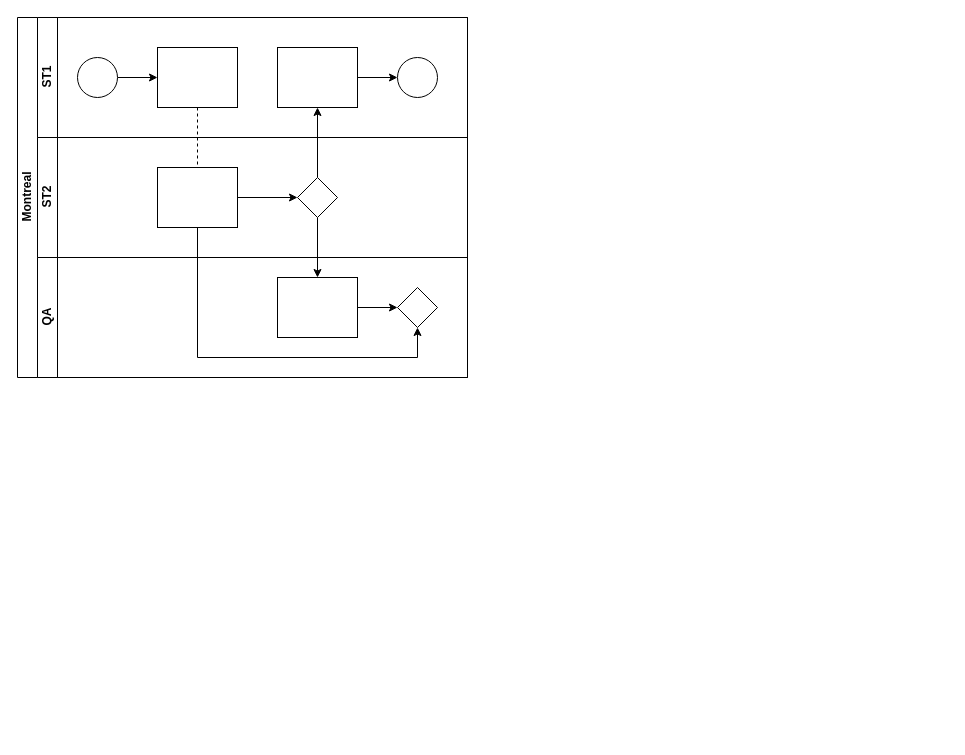
Above: AQA-Access.drawio in cgruden/courses (draw.io), before the change. Source tidied: cells renumbered, new cells numbered last; positions are measured from the earlier drawing's top-left corner, leaving out a move shared by most shapes. Both pictures are drawn from the tidied source at 100%, with x=0, y=0 at pixel (17, 17).
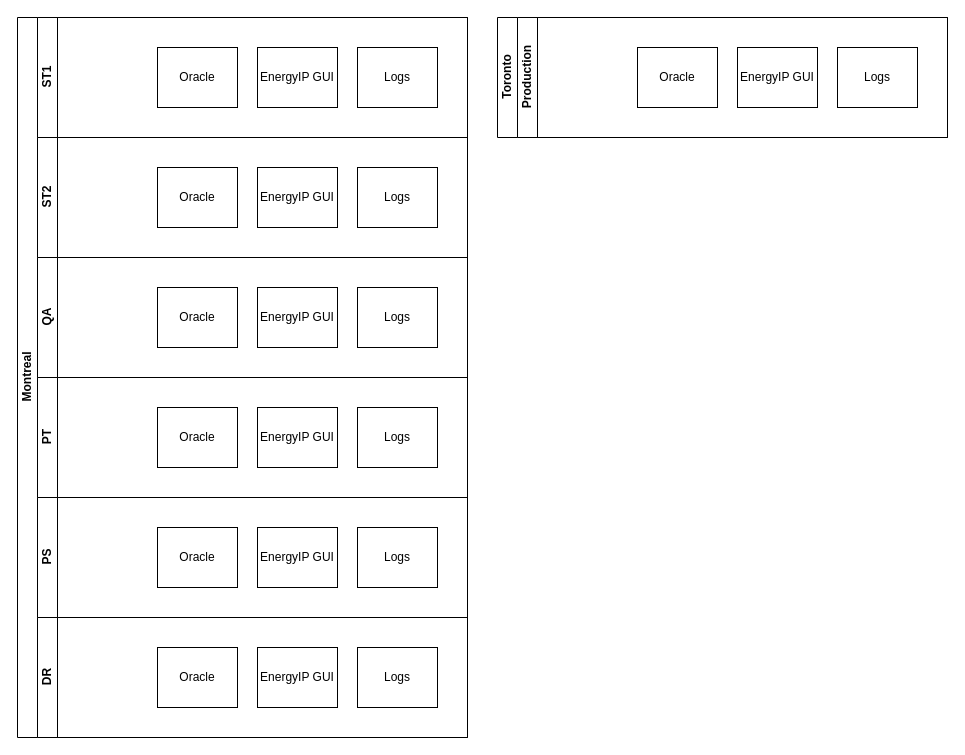
Above is the later version.

The change refers to these unchanged cells:
```xml
<mxCell id="7" value="ST1" style="swimlane;html=1;startSize=20;horizontal=0;" parent="2" vertex="1">
  <mxGeometry x="20" width="430" height="120" as="geometry" />
</mxCell>
<mxCell id="14" value="ST2" style="swimlane;html=1;startSize=20;horizontal=0;" parent="2" vertex="1">
  <mxGeometry x="20" y="120" width="430" height="120" as="geometry" />
</mxCell>
<mxCell id="18" value="QA" style="swimlane;html=1;startSize=20;horizontal=0;" parent="2" vertex="1">
  <mxGeometry x="20" y="240" width="430" height="120" as="geometry" />
</mxCell>
```

Diff of the diagram source:
```diff
@@
     <mxCell id="2" value="Montreal" style="swimlane;html=1;horizontal=0;startSize=20;" parent="1" vertex="1">
-      <mxGeometry width="450" height="360" as="geometry" />
+      <mxGeometry width="450" height="720" as="geometry" />
     </mxCell>
-    <mxCell id="3" style="edgeStyle=orthogonalEdgeStyle;rounded=0;jettySize=auto;html=1;dashed=1;endArrow=none;endFill=0;" parent="2" edge="1" source="10" target="16">
-      <mxGeometry relative="1" as="geometry" />
-    </mxCell>
-    <mxCell id="4" style="edgeStyle=orthogonalEdgeStyle;rounded=0;jettySize=auto;html=1;endArrow=classic;endFill=1;" parent="2" edge="1" source="17" target="12">
-      <mxGeometry relative="1" as="geometry" />
-    </mxCell>
-    <mxCell id="5" style="edgeStyle=orthogonalEdgeStyle;rounded=0;jettySize=auto;html=1;endArrow=classic;endFill=1;" parent="2" edge="1" source="17" target="20">
-      <mxGeometry relative="1" as="geometry" />
-    </mxCell>
-    <mxCell id="6" style="edgeStyle=orthogonalEdgeStyle;rounded=0;jettySize=auto;html=1;endArrow=classic;endFill=1;" parent="2" edge="1" source="16" target="21">
-      <mxGeometry relative="1" as="geometry">
-        <Array as="points">
-          <mxPoint x="180" y="340" />
-          <mxPoint x="400" y="340" />
-        </Array>
-      </mxGeometry>
-    </mxCell>
@@
-    <mxCell id="8" style="edgeStyle=orthogonalEdgeStyle;rounded=0;jettySize=auto;html=1;" parent="7" edge="1" source="9" target="10">
-      <mxGeometry relative="1" as="geometry" />
-    </mxCell>
-    <mxCell id="9" style="ellipse;whiteSpace=wrap;html=1;" parent="7" vertex="1">
-      <mxGeometry x="40" y="40" width="40" height="40" as="geometry" />
-    </mxCell>
-    <mxCell id="10" style="rounded=0;whiteSpace=wrap;html=1;fontFamily=Helvetica;fontSize=12;fontColor=#000000;align=center;" parent="7" vertex="1">
+    <mxCell id="10" value="Oracle" style="rounded=0;whiteSpace=wrap;html=1;fontFamily=Helvetica;fontSize=12;fontColor=#000000;align=center;" parent="7" vertex="1">
       <mxGeometry x="120" y="30" width="80" height="60" as="geometry" />
     </mxCell>
-    <mxCell id="11" style="edgeStyle=orthogonalEdgeStyle;rounded=0;jettySize=auto;html=1;endArrow=classic;endFill=1;" parent="7" edge="1" source="12" target="13">
-      <mxGeometry relative="1" as="geometry" />
-    </mxCell>
-    <mxCell id="12" style="rounded=0;whiteSpace=wrap;html=1;fontFamily=Helvetica;fontSize=12;fontColor=#000000;align=center;" parent="7" vertex="1">
-      <mxGeometry x="240" y="30" width="80" height="60" as="geometry" />
+    <mxCell id="12" value="EnergyIP GUI" style="rounded=0;whiteSpace=wrap;html=1;fontFamily=Helvetica;fontSize=12;fontColor=#000000;align=center;" parent="7" vertex="1">
+      <mxGeometry x="220" y="30" width="80" height="60" as="geometry" />
     </mxCell>
-    <mxCell id="13" style="ellipse;whiteSpace=wrap;html=1;" parent="7" vertex="1">
-      <mxGeometry x="360" y="40" width="40" height="40" as="geometry" />
-    </mxCell>
+    <mxCell id="22" value="Logs" style="rounded=0;whiteSpace=wrap;html=1;fontFamily=Helvetica;fontSize=12;fontColor=#000000;align=center;" parent="7" vertex="1">
+      <mxGeometry x="320" y="30" width="80" height="60" as="geometry" />
+    </mxCell>
@@
-    <mxCell id="15" style="edgeStyle=orthogonalEdgeStyle;rounded=0;jettySize=auto;html=1;endArrow=classic;endFill=1;" parent="14" edge="1" source="16" target="17">
-      <mxGeometry relative="1" as="geometry" />
-    </mxCell>
-    <mxCell id="16" style="rounded=0;whiteSpace=wrap;html=1;fontFamily=Helvetica;fontSize=12;fontColor=#000000;align=center;" parent="14" vertex="1">
-      <mxGeometry x="120" y="30" width="80" height="60" as="geometry" />
-    </mxCell>
-    <mxCell id="17" style="rhombus;whiteSpace=wrap;html=1;fontFamily=Helvetica;fontSize=12;fontColor=#000000;align=center;" parent="14" vertex="1">
-      <mxGeometry x="260" y="40" width="40" height="40" as="geometry" />
-    </mxCell>
+    <mxCell id="23" value="Oracle" style="rounded=0;whiteSpace=wrap;html=1;fontFamily=Helvetica;fontSize=12;fontColor=#000000;align=center;" parent="14" vertex="1">
+      <mxGeometry x="120" y="30" width="80" height="60" as="geometry" />
+    </mxCell>
+    <mxCell id="24" value="EnergyIP GUI" style="rounded=0;whiteSpace=wrap;html=1;fontFamily=Helvetica;fontSize=12;fontColor=#000000;align=center;" parent="14" vertex="1">
+      <mxGeometry x="220" y="30" width="80" height="60" as="geometry" />
+    </mxCell>
+    <mxCell id="25" value="Logs" style="rounded=0;whiteSpace=wrap;html=1;fontFamily=Helvetica;fontSize=12;fontColor=#000000;align=center;" parent="14" vertex="1">
+      <mxGeometry x="320" y="30" width="80" height="60" as="geometry" />
+    </mxCell>
@@
-    <mxCell id="19" style="edgeStyle=orthogonalEdgeStyle;rounded=0;jettySize=auto;html=1;endArrow=classic;endFill=1;" parent="18" edge="1" source="20" target="21">
-      <mxGeometry relative="1" as="geometry" />
-    </mxCell>
-    <mxCell id="20" style="rounded=0;whiteSpace=wrap;html=1;fontFamily=Helvetica;fontSize=12;fontColor=#000000;align=center;" parent="18" vertex="1">
-      <mxGeometry x="240" y="20" width="80" height="60" as="geometry" />
-    </mxCell>
-    <mxCell id="21" style="rhombus;whiteSpace=wrap;html=1;fontFamily=Helvetica;fontSize=12;fontColor=#000000;align=center;" parent="18" vertex="1">
-      <mxGeometry x="360" y="30" width="40" height="40" as="geometry" />
-    </mxCell>
+    <mxCell id="26" value="Oracle" style="rounded=0;whiteSpace=wrap;html=1;fontFamily=Helvetica;fontSize=12;fontColor=#000000;align=center;" parent="18" vertex="1">
+      <mxGeometry x="120" y="30" width="80" height="60" as="geometry" />
+    </mxCell>
+    <mxCell id="27" value="EnergyIP GUI" style="rounded=0;whiteSpace=wrap;html=1;fontFamily=Helvetica;fontSize=12;fontColor=#000000;align=center;" parent="18" vertex="1">
+      <mxGeometry x="220" y="30" width="80" height="60" as="geometry" />
+    </mxCell>
+    <mxCell id="28" value="Logs" style="rounded=0;whiteSpace=wrap;html=1;fontFamily=Helvetica;fontSize=12;fontColor=#000000;align=center;" parent="18" vertex="1">
+      <mxGeometry x="320" y="30" width="80" height="60" as="geometry" />
+    </mxCell>
+    <mxCell id="29" value="PT" style="swimlane;html=1;startSize=20;horizontal=0;" parent="2" vertex="1">
+      <mxGeometry x="20" y="360" width="430" height="120" as="geometry" />
+    </mxCell>
+    <mxCell id="30" value="Oracle" style="rounded=0;whiteSpace=wrap;html=1;fontFamily=Helvetica;fontSize=12;fontColor=#000000;align=center;" parent="29" vertex="1">
+      <mxGeometry x="120" y="30" width="80" height="60" as="geometry" />
+    </mxCell>
+    <mxCell id="31" value="EnergyIP GUI" style="rounded=0;whiteSpace=wrap;html=1;fontFamily=Helvetica;fontSize=12;fontColor=#000000;align=center;" parent="29" vertex="1">
+      <mxGeometry x="220" y="30" width="80" height="60" as="geometry" />
+    </mxCell>
+    <mxCell id="32" value="Logs" style="rounded=0;whiteSpace=wrap;html=1;fontFamily=Helvetica;fontSize=12;fontColor=#000000;align=center;" parent="29" vertex="1">
+      <mxGeometry x="320" y="30" width="80" height="60" as="geometry" />
+    </mxCell>
+    <mxCell id="33" value="PS" style="swimlane;html=1;startSize=20;horizontal=0;" parent="2" vertex="1">
+      <mxGeometry x="20" y="480" width="430" height="120" as="geometry" />
+    </mxCell>
+    <mxCell id="34" value="Oracle" style="rounded=0;whiteSpace=wrap;html=1;fontFamily=Helvetica;fontSize=12;fontColor=#000000;align=center;" parent="33" vertex="1">
+      <mxGeometry x="120" y="30" width="80" height="60" as="geometry" />
+    </mxCell>
+    <mxCell id="35" value="EnergyIP GUI" style="rounded=0;whiteSpace=wrap;html=1;fontFamily=Helvetica;fontSize=12;fontColor=#000000;align=center;" parent="33" vertex="1">
+      <mxGeometry x="220" y="30" width="80" height="60" as="geometry" />
+    </mxCell>
+    <mxCell id="36" value="Logs" style="rounded=0;whiteSpace=wrap;html=1;fontFamily=Helvetica;fontSize=12;fontColor=#000000;align=center;" parent="33" vertex="1">
+      <mxGeometry x="320" y="30" width="80" height="60" as="geometry" />
+    </mxCell>
+    <mxCell id="37" value="DR" style="swimlane;html=1;startSize=20;horizontal=0;" parent="2" vertex="1">
+      <mxGeometry x="20" y="600" width="430" height="120" as="geometry" />
+    </mxCell>
+    <mxCell id="38" value="Oracle" style="rounded=0;whiteSpace=wrap;html=1;fontFamily=Helvetica;fontSize=12;fontColor=#000000;align=center;" parent="37" vertex="1">
+      <mxGeometry x="120" y="30" width="80" height="60" as="geometry" />
+    </mxCell>
+    <mxCell id="39" value="EnergyIP GUI" style="rounded=0;whiteSpace=wrap;html=1;fontFamily=Helvetica;fontSize=12;fontColor=#000000;align=center;" parent="37" vertex="1">
+      <mxGeometry x="220" y="30" width="80" height="60" as="geometry" />
+    </mxCell>
+    <mxCell id="40" value="Logs" style="rounded=0;whiteSpace=wrap;html=1;fontFamily=Helvetica;fontSize=12;fontColor=#000000;align=center;" parent="37" vertex="1">
+      <mxGeometry x="320" y="30" width="80" height="60" as="geometry" />
+    </mxCell>
+    <mxCell id="41" value="Toronto" style="swimlane;html=1;horizontal=0;startSize=20;" parent="1" vertex="1">
+      <mxGeometry x="480" width="450" height="120" as="geometry" />
+    </mxCell>
+    <mxCell id="42" value="Production" style="swimlane;html=1;startSize=20;horizontal=0;" parent="41" vertex="1">
+      <mxGeometry x="20" width="430" height="120" as="geometry" />
+    </mxCell>
+    <mxCell id="43" value="Oracle" style="rounded=0;whiteSpace=wrap;html=1;fontFamily=Helvetica;fontSize=12;fontColor=#000000;align=center;" parent="42" vertex="1">
+      <mxGeometry x="120" y="30" width="80" height="60" as="geometry" />
+    </mxCell>
+    <mxCell id="44" value="EnergyIP GUI" style="rounded=0;whiteSpace=wrap;html=1;fontFamily=Helvetica;fontSize=12;fontColor=#000000;align=center;" parent="42" vertex="1">
+      <mxGeometry x="220" y="30" width="80" height="60" as="geometry" />
+    </mxCell>
+    <mxCell id="45" value="Logs" style="rounded=0;whiteSpace=wrap;html=1;fontFamily=Helvetica;fontSize=12;fontColor=#000000;align=center;" parent="42" vertex="1">
+      <mxGeometry x="320" y="30" width="80" height="60" as="geometry" />
+    </mxCell>
```
